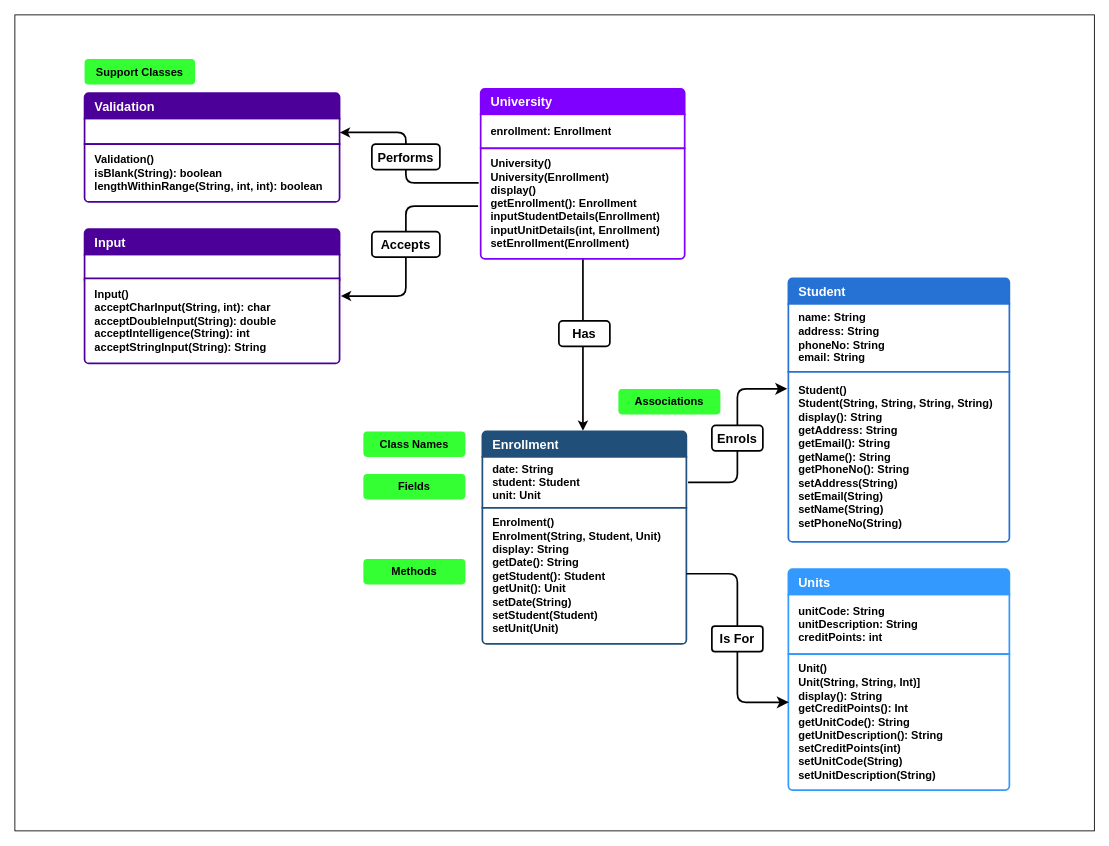
Earlier version of the draw.io diagram Java Programming/Assesment Rolling Project/doc/ClassDiagram.drawio (ByteToBits/CompScience). Source tidied: cells renumbered, new cells numbered last; positions are measured from the earlier drawing's top-left corner, leaving out a move shared by most shapes. Both pictures are drawn from the tidied source at 85%, with x=0, y=0 at pixel (14, 14).
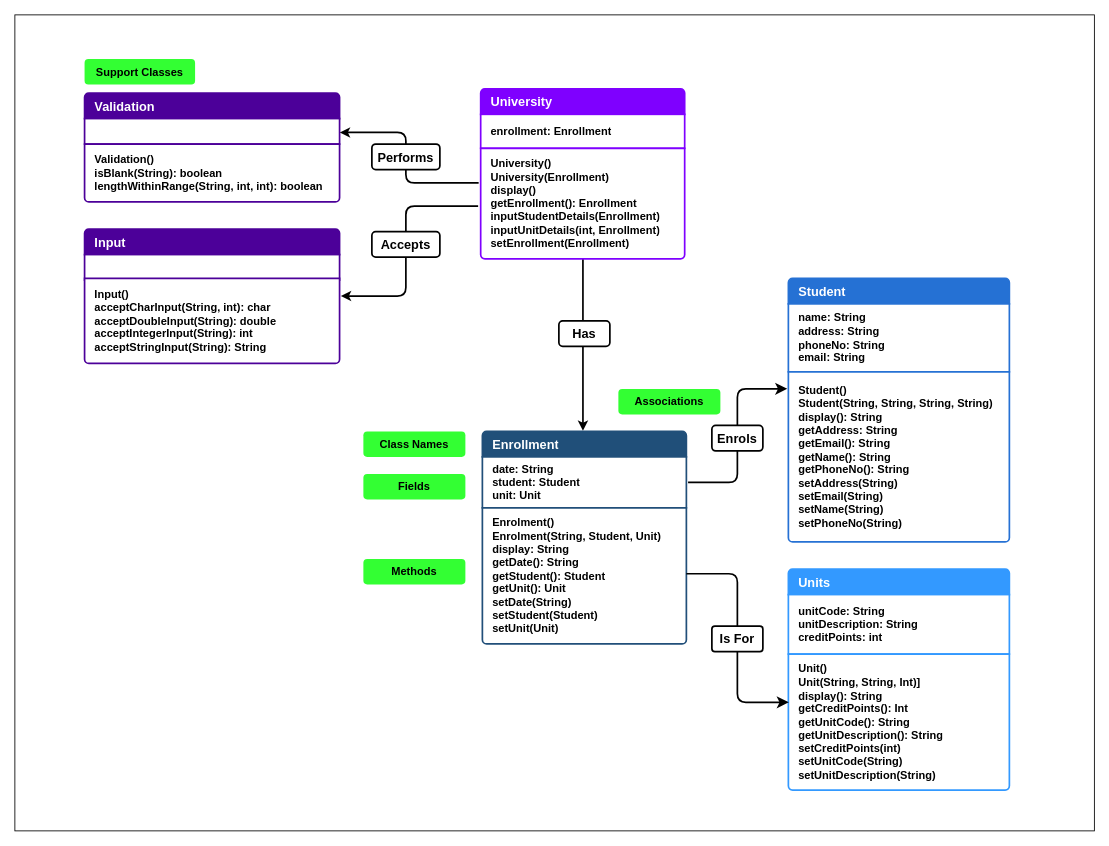
The same page after the edit.

Diff of the diagram source:
```diff
@@
-    <mxCell id="35" value="Input()&lt;div&gt;acceptCharInput(String, int): char&lt;/div&gt;&lt;div&gt;acceptDoubleInput(String): double&lt;/div&gt;&lt;div&gt;acceptIntelligence(String): int&lt;/div&gt;&lt;div&gt;acceptStringInput(String): String&lt;/div&gt;" style="text;strokeColor=#4C0099;fillColor=#FFFFFF;align=left;verticalAlign=middle;spacingLeft=10;spacingRight=10;overflow=hidden;whiteSpace=wrap;html=1;shape=mxgraph.bootstrap.bottomButton;rSize=5;fontColor=#000000;strokeWidth=2;labelPadding=0;labelBorderColor=none;fontSize=13;fontStyle=1;shadow=0;perimeterSpacing=0;swimlaneLine=0;" parent="1" vertex="1">
+    <mxCell id="35" value="Input()&lt;div&gt;acceptCharInput(String, int): char&lt;/div&gt;&lt;div&gt;acceptDoubleInput(String): double&lt;/div&gt;&lt;div&gt;acceptIntegerInput(String): int&lt;/div&gt;&lt;div&gt;acceptStringInput(String): String&lt;/div&gt;" style="text;strokeColor=#4C0099;fillColor=#FFFFFF;align=left;verticalAlign=middle;spacingLeft=10;spacingRight=10;overflow=hidden;whiteSpace=wrap;html=1;shape=mxgraph.bootstrap.bottomButton;rSize=5;fontColor=#000000;strokeWidth=2;labelPadding=0;labelBorderColor=none;fontSize=13;fontStyle=1;shadow=0;perimeterSpacing=0;swimlaneLine=0;" parent="1" vertex="1">
       <mxGeometry x="82" y="310" width="300" height="100" as="geometry" />
     </mxCell>
```
